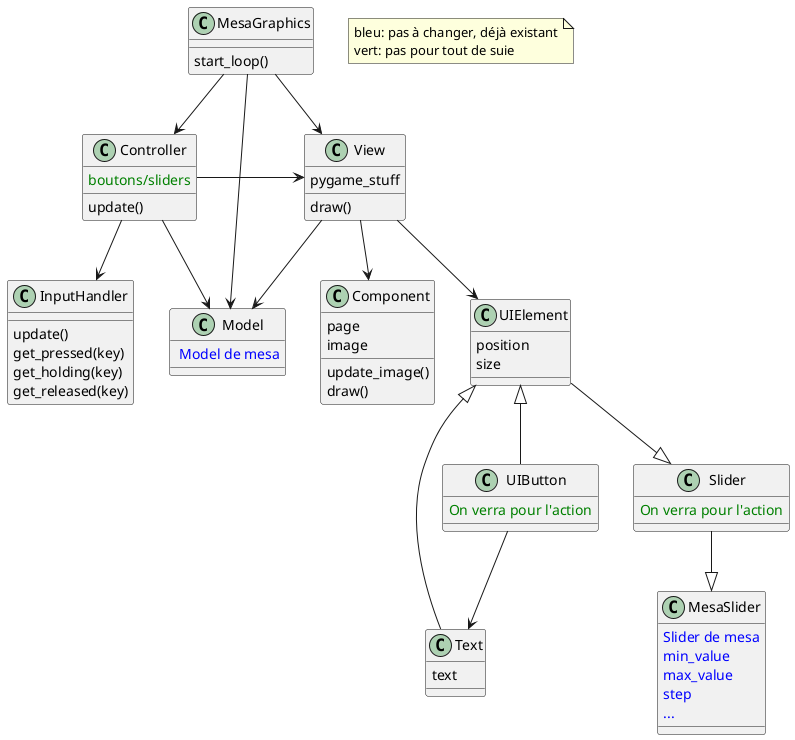
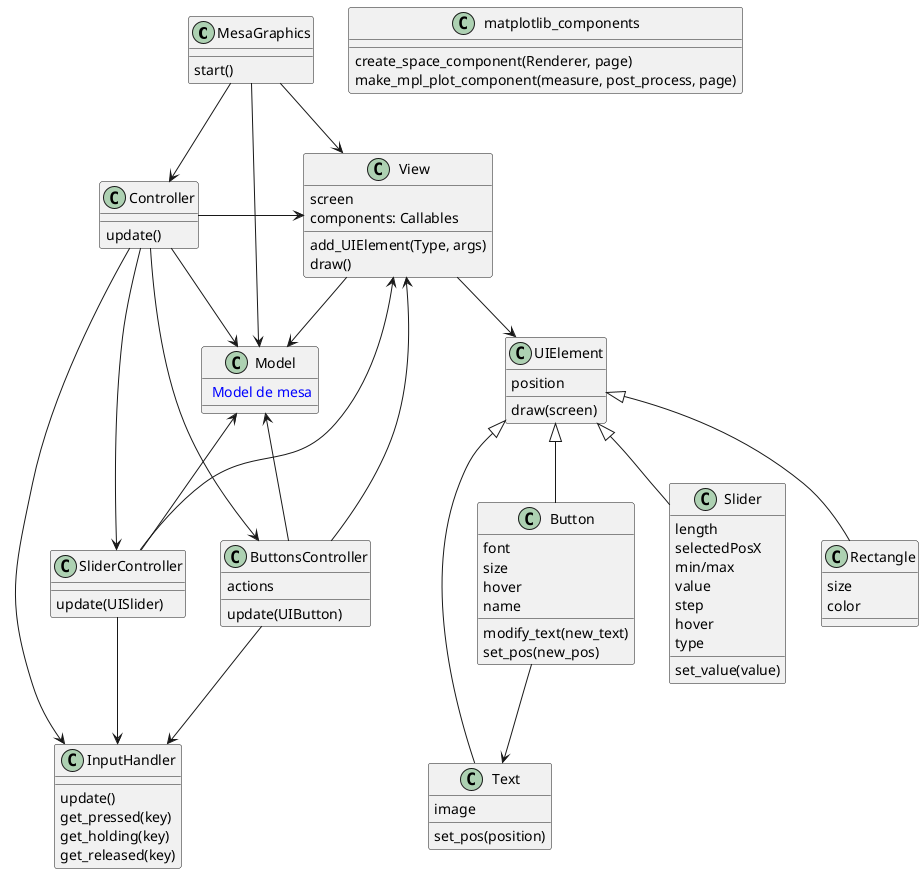
@startuml
- note "bleu: pas à changer, déjà existant\nvert: pas pour tout de suie" as N1

class MesaGraphics
- MesaGraphics : start_loop()
+ MesaGraphics : start()

class View
- View : pygame_stuff
+ View : screen
+ View : components: Callables
+ View : add_UIElement(Type, args)
View : draw()

class Controller
Controller : update()
- Controller : <color:green>boutons/sliders

Controller -> View
Controller -> Model
View --> Model

MesaGraphics --> View
MesaGraphics --> Controller
MesaGraphics --> Model

/' ########## Controller part ########## '/

class InputHandler
InputHandler : update()
InputHandler : get_pressed(key)
InputHandler : get_holding(key)
InputHandler : get_released(key)

Controller --> InputHandler

+ class ButtonsController
+ ButtonsController : actions
+ ButtonsController : update(UIButton)
+ Controller --> ButtonsController
+ View <-- ButtonsController
+ Model <-- ButtonsController
+ ButtonsController --> InputHandler
+ 
+ 
+ class SliderController
+ SliderController : update(UISlider)
+ Controller --> SliderController
+ View <-- SliderController
+ Model <-- SliderController
+ SliderController --> InputHandler
+ 
/' ########## Model part ########## '/

class Model
Model : <color:blue> Model de mesa

/' ##########  View part ########## '/

- class Component
- Component : page
- Component : image
- Component : update_image()
- Component : draw()
- View --> Component

class UIElement
UIElement : position
- UIElement : size
+ UIElement : draw(screen)
View --> UIElement

- class UIButton
- UIButton : <color:green>On verra pour l'action
- UIElement <|-- UIButton
+ class Rectangle
+ UIElement <|-- Rectangle
+ Rectangle : size
+ Rectangle : color

class Text
- Text : text
- UIButton --> Text
+ Text : image
+ Text : set_pos(position)
UIElement <|-- Text

+ class Button
+ Button : font
+ Button : size
+ Button : hover
+ Button : name
+ Button : modify_text(new_text)
+ Button : set_pos(new_pos)
+ UIElement <|-- Button
+ Button --> Text
+ 
class Slider
- Slider : <color:green>On verra pour l'action
- UIElement --|> Slider
- 
- class MesaSlider
- MesaSlider : <color:blue>Slider de mesa
- MesaSlider : <color:blue>min_value
- MesaSlider : <color:blue>max_value
- MesaSlider : <color:blue>step
- MesaSlider : <color:blue>...
- Slider --|> MesaSlider
+ Slider : length
+ Slider : selectedPosX
+ Slider : min/max
+ Slider : value
+ Slider : step
+ Slider : hover
+ Slider : type
+ Slider : set_value(value)
+ UIElement <|-- Slider


+ class matplotlib_components
+ matplotlib_components : create_space_component(Renderer, page)
+ matplotlib_components : make_mpl_plot_component(measure, post_process, page)
+ 
@enduml